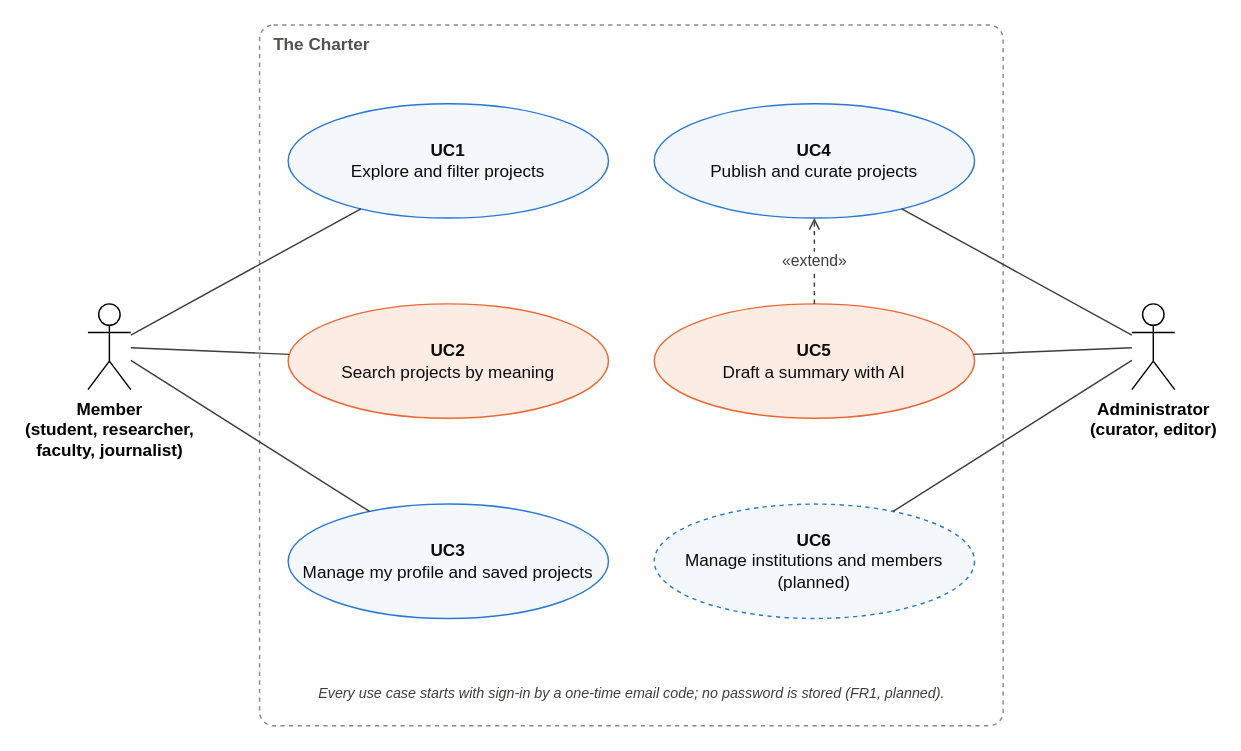
Earlier version of the draw.io diagram docs/architecture/diagrams/use-case-diagram.drawio (AnshSatiish/thecharter). Source tidied: cells renumbered, new cells numbered last; positions are measured from the earlier drawing's top-left corner, leaving out a move shared by most shapes. Both pictures are drawn from the tidied source at 143%, with x=0, y=0 at pixel (87, 24).
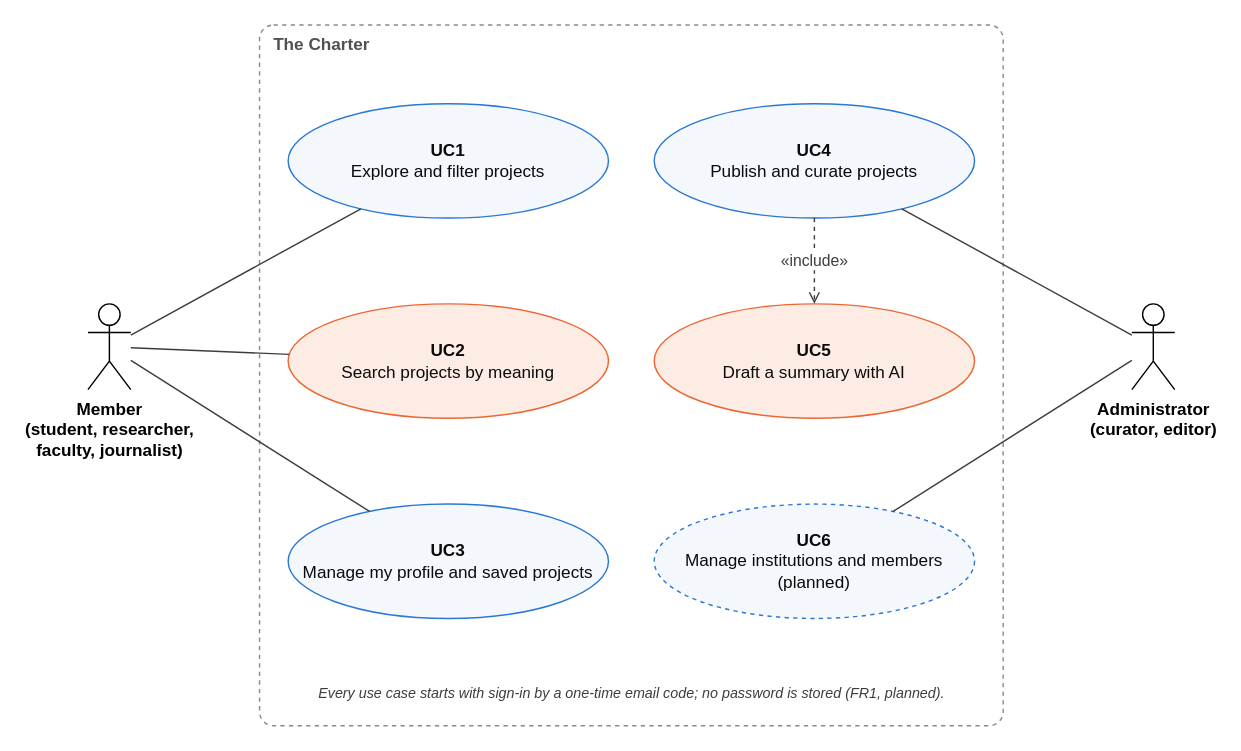
The same page after the edit.

Commit message (it also covers changes not shown here):
Use case diagram: UC4 includes UC5; full UC6 description

The edit, as a diff of the source:
```diff
@@
 <mxGraphModel>
   <root>
     <mxCell id="0" />
     <mxCell id="1" parent="0" />
     <mxCell id="2" value="The Charter" style="rounded=1;arcSize=2;dashed=1;fillColor=none;strokeColor=#8a8a86;verticalAlign=top;align=left;spacingLeft=8;fontStyle=1;fontColor=#52514e;html=1;" parent="1" vertex="1">
       <mxGeometry x="120" width="520" height="490" as="geometry" />
     </mxCell>
     <mxCell id="3" value="Every use case starts with sign-in by a one-time email code; no password is stored (FR1, planned)." style="text;html=1;align=center;fontStyle=2;fontColor=#3d3d3a;fontSize=10;" parent="1" vertex="1">
       <mxGeometry x="130" y="455" width="500" height="20" as="geometry" />
     </mxCell>
     <mxCell id="4" value="Member&lt;br&gt;(student, researcher,&lt;br&gt;faculty, journalist)" style="shape=umlActor;verticalLabelPosition=bottom;verticalAlign=top;html=1;fontStyle=1;" parent="1" vertex="1">
       <mxGeometry y="195" width="30" height="60" as="geometry" />
     </mxCell>
     <mxCell id="5" value="Administrator&lt;br&gt;(curator, editor)" style="shape=umlActor;verticalLabelPosition=bottom;verticalAlign=top;html=1;fontStyle=1;" parent="1" vertex="1">
       <mxGeometry x="730" y="195" width="30" height="60" as="geometry" />
     </mxCell>
     <mxCell id="6" value="&lt;b&gt;UC1&lt;/b&gt;&lt;br&gt;Explore and filter projects" style="ellipse;whiteSpace=wrap;html=1;fillColor=#f4f7fb;strokeColor=#2a78d6;fontColor=#0b0b0b;fontSize=12;" parent="1" vertex="1">
       <mxGeometry x="140" y="55" width="224" height="80" as="geometry" />
     </mxCell>
     <mxCell id="7" style="endArrow=none;html=1;strokeColor=#3d3d3a;" parent="1" edge="1" source="4" target="6">
       <mxGeometry relative="1" as="geometry" />
     </mxCell>
     <mxCell id="8" value="&lt;b&gt;UC2&lt;/b&gt;&lt;br&gt;Search projects by meaning" style="ellipse;whiteSpace=wrap;html=1;fillColor=#fdece4;strokeColor=#eb6834;fontColor=#0b0b0b;fontSize=12;" parent="1" vertex="1">
       <mxGeometry x="140" y="195" width="224" height="80" as="geometry" />
     </mxCell>
     <mxCell id="9" style="endArrow=none;html=1;strokeColor=#3d3d3a;" parent="1" edge="1" source="4" target="8">
       <mxGeometry relative="1" as="geometry" />
     </mxCell>
     <mxCell id="10" value="&lt;b&gt;UC3&lt;/b&gt;&lt;br&gt;Manage my profile and saved projects" style="ellipse;whiteSpace=wrap;html=1;fillColor=#f4f7fb;strokeColor=#2a78d6;fontColor=#0b0b0b;fontSize=12;" parent="1" vertex="1">
       <mxGeometry x="140" y="335" width="224" height="80" as="geometry" />
     </mxCell>
     <mxCell id="11" style="endArrow=none;html=1;strokeColor=#3d3d3a;" parent="1" edge="1" source="4" target="10">
       <mxGeometry relative="1" as="geometry" />
     </mxCell>
     <mxCell id="12" value="&lt;b&gt;UC4&lt;/b&gt;&lt;br&gt;Publish and curate projects" style="ellipse;whiteSpace=wrap;html=1;fillColor=#f4f7fb;strokeColor=#2a78d6;fontColor=#0b0b0b;fontSize=12;" parent="1" vertex="1">
       <mxGeometry x="396" y="55" width="224" height="80" as="geometry" />
     </mxCell>
     <mxCell id="13" style="endArrow=none;html=1;strokeColor=#3d3d3a;" parent="1" edge="1" source="5" target="12">
       <mxGeometry relative="1" as="geometry" />
     </mxCell>
     <mxCell id="14" value="&lt;b&gt;UC5&lt;/b&gt;&lt;br&gt;Draft a summary with AI" style="ellipse;whiteSpace=wrap;html=1;fillColor=#fdece4;strokeColor=#eb6834;fontColor=#0b0b0b;fontSize=12;" parent="1" vertex="1">
       <mxGeometry x="396" y="195" width="224" height="80" as="geometry" />
     </mxCell>
-    <mxCell id="15" style="endArrow=none;html=1;strokeColor=#3d3d3a;" parent="1" edge="1" source="5" target="14">
-      <mxGeometry relative="1" as="geometry" />
-    </mxCell>
     <mxCell id="16" value="&lt;b&gt;UC6&lt;/b&gt;&lt;br&gt;Manage institutions and members (planned)" style="ellipse;whiteSpace=wrap;html=1;fillColor=#f4f7fb;strokeColor=#2a78d6;fontColor=#0b0b0b;fontSize=12;dashed=1;" parent="1" vertex="1">
       <mxGeometry x="396" y="335" width="224" height="80" as="geometry" />
     </mxCell>
     <mxCell id="17" style="endArrow=none;html=1;strokeColor=#3d3d3a;" parent="1" edge="1" source="5" target="16">
       <mxGeometry relative="1" as="geometry" />
     </mxCell>
-    <mxCell id="18" value="«extend»" style="endArrow=open;dashed=1;html=1;strokeColor=#3d3d3a;fontColor=#3d3d3a;" parent="1" edge="1" source="14" target="12">
-      <mxGeometry relative="1" as="geometry" />
-    </mxCell>
+    <mxCell id="19" value="«include»" style="endArrow=open;dashed=1;html=1;strokeColor=#3d3d3a;fontColor=#3d3d3a;" parent="1" edge="1" source="12" target="14">
+      <mxGeometry relative="1" as="geometry" />
+    </mxCell>
   </root>
 </mxGraphModel>
```
